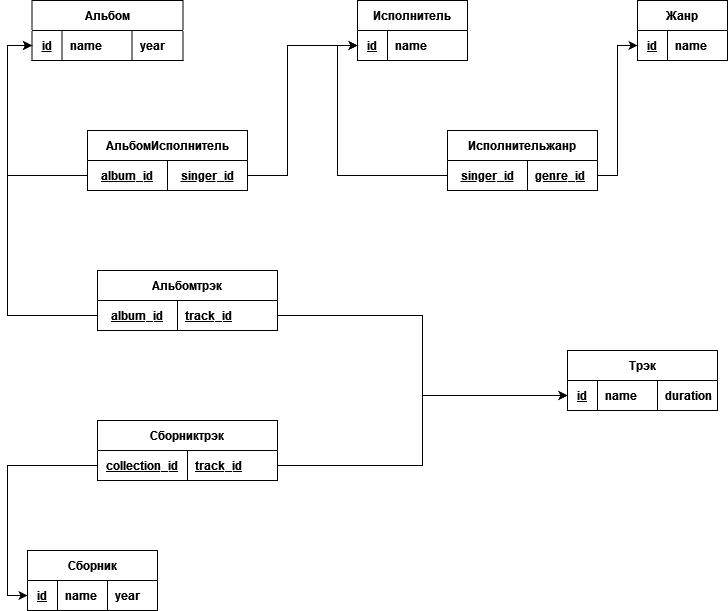
The draw.io diagram dz.drawio.png in ArcainD/miniature-guide, before a commit. Source tidied: cells renumbered, new cells last; positions are measured from the earlier drawing's top-left corner, leaving out a move shared by most shapes.
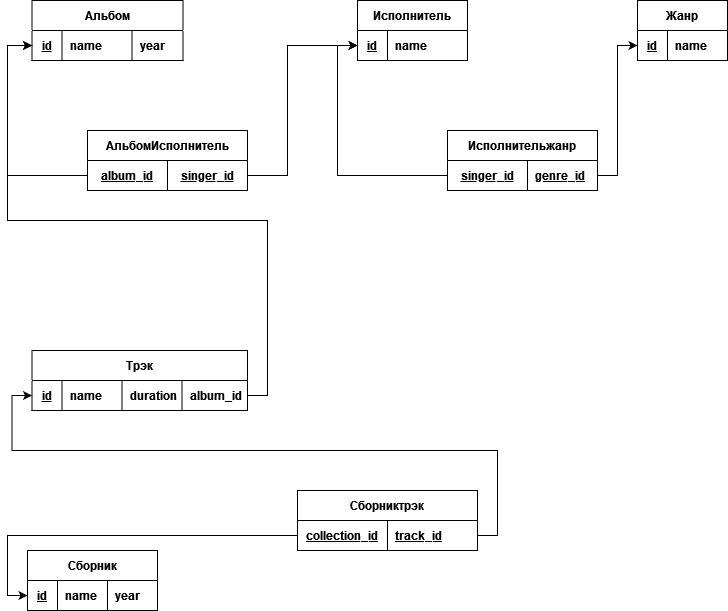
After the change.

Change to the diagram source:
```diff
@@ -30,10 +30,10 @@
       <mxGeometry x="100" width="51" height="30" as="geometry" />
     </mxCell>
     <mxCell id="11" value="Трэк" style="shape=table;startSize=30;rowLines=0;fontStyle=1;align=center;" parent="1" vertex="1">
-      <mxGeometry x="560" y="350" width="150" height="60" as="geometry" />
+      <mxGeometry x="24.5" y="350" width="215.5" height="60" as="geometry" />
     </mxCell>
     <mxCell id="12" style="shape=partialRectangle;fillColor=none;top=0;left=0;bottom=1;right=0;points=[[0,0.5],[1,0.5]];portConstraint=eastwest;" parent="11" vertex="1">
-      <mxGeometry y="30" width="150" height="30" as="geometry" />
+      <mxGeometry y="30" width="215.5" height="30" as="geometry" />
     </mxCell>
     <mxCell id="13" value="id" style="shape=partialRectangle;fillColor=none;top=0;left=0;bottom=0;right=0;fontStyle=5;overflow=hidden;" parent="12" vertex="1">
       <mxGeometry width="30" height="30" as="geometry" />
@@ -44,6 +44,9 @@
     <mxCell id="15" value="duration" style="shape=partialRectangle;fillColor=none;top=0;left=0;bottom=0;right=0;align=left;spacingLeft=6;fontStyle=1;overflow=hidden;" parent="12" vertex="1">
       <mxGeometry x="90" width="60" height="30" as="geometry" />
     </mxCell>
+    <mxCell id="40" value="album_id" style="shape=partialRectangle;fillColor=none;top=0;left=0;bottom=0;right=0;align=left;spacingLeft=6;fontStyle=1;overflow=hidden;" parent="12" vertex="1">
+      <mxGeometry x="150" width="65.5" height="30" as="geometry" />
+    </mxCell>
     <mxCell id="16" value="Жанр" style="shape=table;startSize=30;rowLines=0;fontStyle=1;align=center;" parent="1" vertex="1">
       <mxGeometry x="630" width="90" height="60" as="geometry" />
     </mxCell>
@@ -117,21 +120,6 @@
         </Array>
       </mxGeometry>
     </mxCell>
-    <mxCell id="37" style="edgeStyle=orthogonalEdgeStyle;rounded=0;jettySize=auto;html=1;exitX=1;exitY=0.75;exitDx=0;exitDy=0;entryX=0;entryY=0.5;entryDx=0;entryDy=0;" parent="1" edge="1" source="38" target="12">
-      <mxGeometry relative="1" as="geometry" />
-    </mxCell>
-    <mxCell id="38" value="Альбомтрэк" style="shape=table;startSize=30;rowLines=0;fontStyle=1;align=center;" parent="1" vertex="1">
-      <mxGeometry x="90" y="270" width="180" height="60" as="geometry" />
-    </mxCell>
-    <mxCell id="39" style="shape=partialRectangle;fillColor=none;top=0;left=0;bottom=1;right=0;points=[[0,0.5],[1,0.5]];portConstraint=eastwest;" parent="38" vertex="1">
-      <mxGeometry y="30" width="180" height="30" as="geometry" />
-    </mxCell>
-    <mxCell id="40" value="album_id" style="shape=partialRectangle;fillColor=none;top=0;left=0;bottom=0;right=0;fontStyle=5;overflow=hidden;" parent="39" vertex="1">
-      <mxGeometry width="80" height="30" as="geometry" />
-    </mxCell>
-    <mxCell id="41" value="track_id" style="shape=partialRectangle;fillColor=none;top=0;left=0;bottom=0;right=0;align=left;spacingLeft=6;fontStyle=5;overflow=hidden;" parent="39" vertex="1">
-      <mxGeometry x="80" width="100" height="30" as="geometry" />
-    </mxCell>
     <mxCell id="42" style="edgeStyle=orthogonalEdgeStyle;rounded=0;jettySize=auto;html=1;exitX=0;exitY=0.75;exitDx=0;exitDy=0;entryX=0;entryY=0.5;entryDx=0;entryDy=0;" parent="1" edge="1" source="44" target="25">
       <mxGeometry relative="1" as="geometry" />
     </mxCell>
@@ -139,7 +127,7 @@
       <mxGeometry relative="1" as="geometry" />
     </mxCell>
     <mxCell id="44" value="Сборниктрэк" style="shape=table;startSize=30;rowLines=0;fontStyle=1;align=center;" parent="1" vertex="1">
-      <mxGeometry x="90" y="420" width="180" height="60" as="geometry" />
+      <mxGeometry x="290" y="490" width="180" height="60" as="geometry" />
     </mxCell>
     <mxCell id="45" style="shape=partialRectangle;fillColor=none;top=0;left=0;bottom=1;right=0;" parent="44" vertex="1">
       <mxGeometry y="30" width="180" height="30" as="geometry" />
@@ -150,13 +138,15 @@
     <mxCell id="47" value="track_id" style="shape=partialRectangle;fillColor=none;top=0;left=0;bottom=0;right=0;align=left;spacingLeft=6;fontStyle=5;overflow=hidden;" parent="45" vertex="1">
       <mxGeometry x="90" width="90" height="30" as="geometry" />
     </mxCell>
-    <mxCell id="48" style="edgeStyle=orthogonalEdgeStyle;rounded=0;jettySize=auto;html=1;exitX=0;exitY=0.5;exitDx=0;exitDy=0;entryX=0;entryY=0.5;entryDx=0;entryDy=0;" parent="1" edge="1" source="39" target="7">
-      <mxGeometry relative="1" as="geometry">
-        <Array as="points">
-          <mxPoint y="315" />
-          <mxPoint y="45" />
-        </Array>
-      </mxGeometry>
-    </mxCell>
+    <mxCell id="49" style="edgeStyle=orthogonalEdgeStyle;rounded=0;jettySize=auto;html=1;exitX=1;exitY=0.5;exitDx=0;exitDy=0;entryX=0;entryY=0.5;entryDx=0;entryDy=0;" parent="1" edge="1" source="12" target="7">
+      <mxGeometry relative="1" as="geometry">
+        <Array as="points">
+          <mxPoint x="260" y="395" />
+          <mxPoint x="260" y="220" />
+          <mxPoint y="220" />
+          <mxPoint y="45" />
+        </Array>
+      </mxGeometry>
+    </mxCell>
   </root>
 </mxGraphModel>
```
